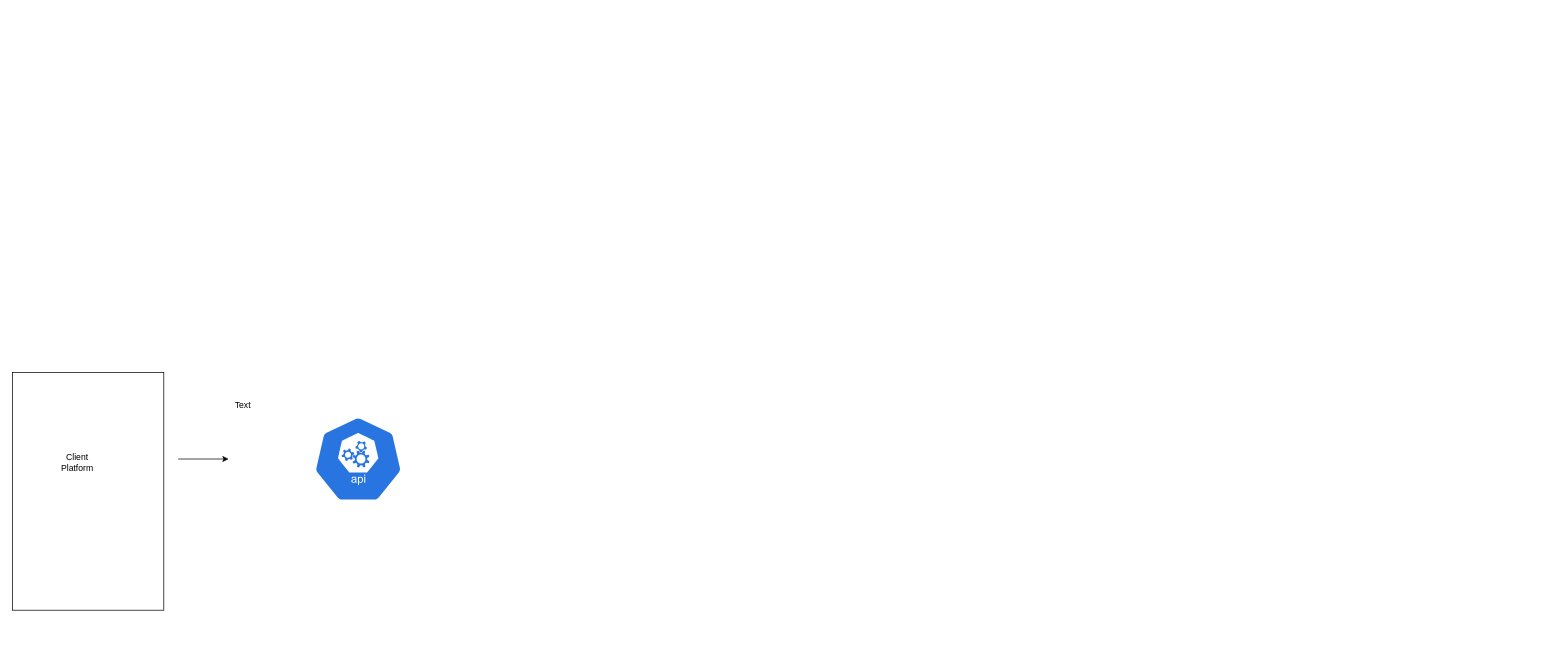
Above: api/criminal-records/Criminal Records API Diagram.drawio in MrHup/Romanian-Card-Verification-Optimization (draw.io), before the change. Source tidied: cells renumbered, new cells numbered last; positions are measured from the earlier drawing's top-left corner, leaving out a move shared by most shapes. Both pictures are drawn from the tidied source at 72%, with x=0, y=0 at pixel (12, 372).
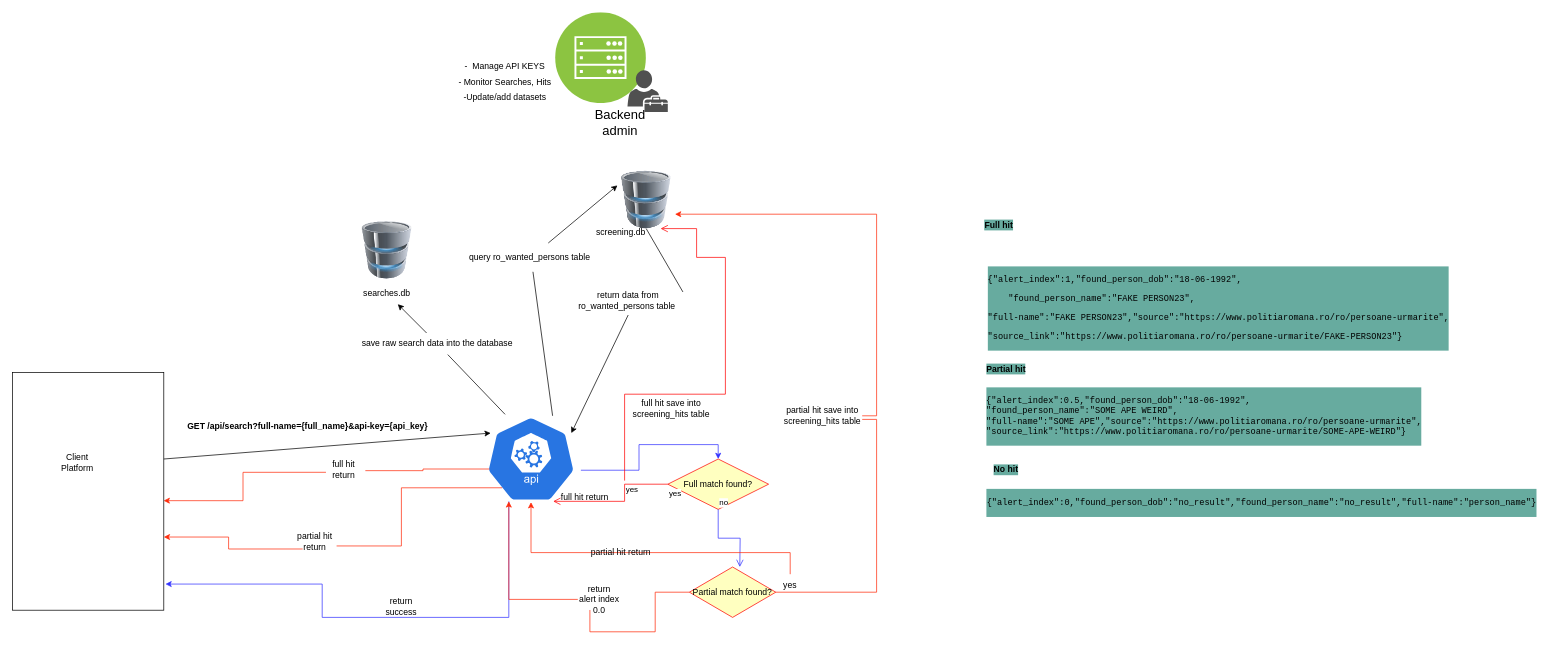
After the change.

Unchanged cells that the change refers to:
```xml
<mxCell id="3" style="rounded=0;whiteSpace=wrap;html=1;" parent="1" vertex="1">
  <mxGeometry width="210" height="330" as="geometry" />
</mxCell>
```

Change to the diagram source:
```diff
@@
+    <mxCell id="7" style="edgeStyle=orthogonalEdgeStyle;rounded=0;jettySize=auto;html=1;exitX=0.087;exitY=0.616;exitDx=0;exitDy=0;exitPerimeter=0;entryX=0.999;entryY=0.539;entryDx=0;entryDy=0;entryPerimeter=0;strokeColor=#FF2B0A;startArrow=none;" parent="1" edge="1" source="31" target="3">
+      <mxGeometry relative="1" as="geometry" />
+    </mxCell>
+    <mxCell id="8" style="edgeStyle=orthogonalEdgeStyle;rounded=0;jettySize=auto;html=1;exitX=0.995;exitY=0.63;exitDx=0;exitDy=0;exitPerimeter=0;entryX=0.5;entryY=0;entryDx=0;entryDy=0;strokeColor=#3333FF;" parent="1" edge="1" source="2" target="17">
+      <mxGeometry relative="1" as="geometry">
+        <Array as="points">
+          <mxPoint x="870" y="136" />
+          <mxPoint x="870" y="100" />
+          <mxPoint x="980" y="100" />
+        </Array>
+      </mxGeometry>
+    </mxCell>
+    <mxCell id="9" style="edgeStyle=orthogonalEdgeStyle;rounded=0;jettySize=auto;html=1;exitX=0.28;exitY=0.99;exitDx=0;exitDy=0;exitPerimeter=0;entryX=1.011;entryY=0.89;entryDx=0;entryDy=0;entryPerimeter=0;strokeColor=#3333FF;" parent="1" edge="1" source="2" target="3">
+      <mxGeometry relative="1" as="geometry">
+        <Array as="points">
+          <mxPoint x="689" y="340" />
+          <mxPoint x="430" y="340" />
+          <mxPoint x="430" y="294" />
+        </Array>
+      </mxGeometry>
+    </mxCell>
     <mxCell id="2" style="sketch=0;html=1;dashed=0;whitespace=wrap;fillColor=#2875E2;strokeColor=#ffffff;points=[[0.005,0.63,0],[0.1,0.2,0],[0.9,0.2,0],[0.5,0,0],[0.995,0.63,0],[0.72,0.99,0],[0.5,1,0],[0.28,0.99,0]];verticalLabelPosition=bottom;align=center;verticalAlign=top;shape=mxgraph.kubernetes.icon;prIcon=api;" parent="1" vertex="1">
-      <mxGeometry x="410" y="60" width="140" height="120" as="geometry" />
+      <mxGeometry x="650" y="60" width="140" height="120" as="geometry" />
     </mxCell>
@@
-    <mxCell id="5" style="endArrow=classic;html=1;rounded=0;" parent="1" edge="1">
+    <mxCell id="5" style="endArrow=classic;html=1;rounded=0;entryX=0.1;entryY=0.2;entryDx=0;entryDy=0;entryPerimeter=0;" parent="1" edge="1" target="2">
       <mxGeometry relative="1" as="geometry">
-        <mxPoint x="230" y="120" as="sourcePoint" />
-        <mxPoint x="300" y="120" as="targetPoint" />
+        <mxPoint x="210" y="120" as="sourcePoint" />
       </mxGeometry>
     </mxCell>
-    <mxCell id="6" value="Text" style="text;html=1;strokeColor=none;fillColor=none;align=center;verticalAlign=middle;whiteSpace=wrap;rounded=0;" parent="1" vertex="1">
-      <mxGeometry x="290" y="30" width="60" height="30" as="geometry" />
+    <mxCell id="6" value="GET /api/search?full-name={full_name}&amp;amp;api-key={api_key}" style="text;html=1;strokeColor=none;fillColor=none;align=center;verticalAlign=middle;whiteSpace=wrap;rounded=0;fontStyle=1;" parent="1" vertex="1">
+      <mxGeometry x="240" y="70" width="340" height="10" as="geometry" />
     </mxCell>
+    <mxCell id="10" style="image;html=1;image=img/lib/clip_art/computers/Database_128x128.png;" parent="1" vertex="1">
+      <mxGeometry x="480" y="-210" width="80" height="80" as="geometry" />
+    </mxCell>
+    <mxCell id="11" style="image;html=1;image=img/lib/clip_art/computers/Database_128x128.png;" parent="1" vertex="1">
+      <mxGeometry x="840" y="-280" width="80" height="80" as="geometry" />
+    </mxCell>
+    <mxCell id="12" value="screening.db" style="text;html=1;strokeColor=none;fillColor=none;align=center;verticalAlign=middle;whiteSpace=wrap;rounded=0;" parent="1" vertex="1">
+      <mxGeometry x="815" y="-210" width="60" height="30" as="geometry" />
+    </mxCell>
+    <mxCell id="13" value="searches.db" style="text;html=1;strokeColor=none;fillColor=none;align=center;verticalAlign=middle;whiteSpace=wrap;rounded=0;" parent="1" vertex="1">
+      <mxGeometry x="490" y="-125" width="60" height="30" as="geometry" />
+    </mxCell>
+    <mxCell id="14" style="endArrow=classic;html=1;rounded=0;startArrow=none;entryX=0.75;entryY=1;entryDx=0;entryDy=0;" parent="1" edge="1" source="37" target="13">
+      <mxGeometry relative="1" as="geometry" />
+    </mxCell>
+    <mxCell id="15" style="endArrow=classic;html=1;rounded=0;startArrow=none;entryX=0;entryY=0.25;entryDx=0;entryDy=0;" parent="1" edge="1" source="39" target="11">
+      <mxGeometry relative="1" as="geometry" />
+    </mxCell>
+    <mxCell id="16" style="endArrow=classic;html=1;rounded=0;entryX=0.9;entryY=0.2;entryDx=0;entryDy=0;entryPerimeter=0;exitX=0.5;exitY=1;exitDx=0;exitDy=0;startArrow=none;" parent="1" edge="1" source="41" target="2">
+      <mxGeometry relative="1" as="geometry" />
+    </mxCell>
+    <mxCell id="17" value="Full match found?" style="rhombus;whiteSpace=wrap;html=1;fillColor=#ffffc0;strokeColor=#ff0000;" parent="1" vertex="1">
+      <mxGeometry x="910" y="120" width="140" height="70" as="geometry" />
+    </mxCell>
+    <mxCell id="18" value="no" style="edgeStyle=orthogonalEdgeStyle;html=1;align=left;verticalAlign=bottom;endArrow=open;endSize=8;strokeColor=#3333FF;rounded=0;" parent="1" edge="1" source="17">
+      <mxGeometry x="-1" relative="1" as="geometry">
+        <mxPoint x="1010" y="270" as="targetPoint" />
+      </mxGeometry>
+    </mxCell>
+    <mxCell id="19" value="yes" style="edgeStyle=orthogonalEdgeStyle;html=1;align=left;verticalAlign=top;endArrow=open;endSize=8;strokeColor=#ff0000;rounded=0;entryX=0.72;entryY=0.99;entryDx=0;entryDy=0;entryPerimeter=0;" parent="1" edge="1" source="17" target="2">
+      <mxGeometry x="-1" relative="1" as="geometry" />
+    </mxCell>
+    <mxCell id="20" style="edgeStyle=orthogonalEdgeStyle;rounded=0;jettySize=auto;html=1;exitX=1;exitY=0.5;exitDx=0;exitDy=0;entryX=1;entryY=0.75;entryDx=0;entryDy=0;strokeColor=#FF2B0A;startArrow=none;" parent="1" edge="1" source="35" target="11">
+      <mxGeometry relative="1" as="geometry" />
+    </mxCell>
+    <mxCell id="21" style="edgeStyle=orthogonalEdgeStyle;rounded=0;jettySize=auto;html=1;exitX=0;exitY=0.5;exitDx=0;exitDy=0;entryX=0.28;entryY=0.99;entryDx=0;entryDy=0;entryPerimeter=0;strokeColor=#FF2B0A;startArrow=none;" parent="1" edge="1" source="43" target="2">
+      <mxGeometry relative="1" as="geometry" />
+    </mxCell>
+    <mxCell id="22" value="Partial match found?" style="rhombus;whiteSpace=wrap;html=1;fillColor=#ffffc0;strokeColor=#ff0000;" parent="1" vertex="1">
+      <mxGeometry x="940" y="270" width="120" height="70" as="geometry" />
+    </mxCell>
+    <mxCell id="23" value="full hit return" style="text;html=1;strokeColor=none;fillColor=none;align=center;verticalAlign=middle;whiteSpace=wrap;rounded=0;" parent="1" vertex="1">
+      <mxGeometry x="740" y="164" width="110" height="20" as="geometry" />
+    </mxCell>
+    <mxCell id="24" value="yes" style="edgeStyle=orthogonalEdgeStyle;html=1;align=left;verticalAlign=top;endArrow=open;endSize=8;strokeColor=#ff0000;rounded=0;entryX=0.75;entryY=1;entryDx=0;entryDy=0;" parent="1" edge="1" target="11">
+      <mxGeometry x="-1" relative="1" as="geometry">
+        <mxPoint x="850" y="150" as="sourcePoint" />
+        <Array as="points">
+          <mxPoint x="850" y="30" />
+          <mxPoint x="990" y="30" />
+          <mxPoint x="990" y="-160" />
+          <mxPoint x="950" y="-160" />
+          <mxPoint x="950" y="-200" />
+        </Array>
+      </mxGeometry>
+    </mxCell>
+    <mxCell id="25" value="full hit save into screening_hits table" style="text;html=1;strokeColor=none;fillColor=none;align=center;verticalAlign=middle;whiteSpace=wrap;rounded=0;" parent="1" vertex="1">
+      <mxGeometry x="860" y="40" width="110" height="20" as="geometry" />
+    </mxCell>
+    <mxCell id="26" style="edgeStyle=orthogonalEdgeStyle;rounded=0;jettySize=auto;html=1;entryX=0.5;entryY=1;entryDx=0;entryDy=0;entryPerimeter=0;strokeColor=#FF2B0A;" parent="1" edge="1" source="27" target="2">
+      <mxGeometry relative="1" as="geometry">
+        <Array as="points">
+          <mxPoint x="1080" y="250" />
+          <mxPoint x="720" y="250" />
+        </Array>
+      </mxGeometry>
+    </mxCell>
+    <mxCell id="27" value="yes" style="text;html=1;strokeColor=none;fillColor=none;align=center;verticalAlign=middle;whiteSpace=wrap;rounded=0;" parent="1" vertex="1">
+      <mxGeometry x="1050" y="280" width="60" height="30" as="geometry" />
+    </mxCell>
+    <mxCell id="28" value="partial hit return" style="text;html=1;strokeColor=none;fillColor=none;align=center;verticalAlign=middle;whiteSpace=wrap;rounded=0;" parent="1" vertex="1">
+      <mxGeometry x="790" y="240" width="110" height="20" as="geometry" />
+    </mxCell>
+    <mxCell id="29" value="&lt;pre style=&quot;text-align: start; overflow-wrap: break-word;&quot;&gt;{&quot;alert_index&quot;:1,&quot;found_person_dob&quot;:&quot;18-06-1992&quot;,&lt;/pre&gt;&lt;pre style=&quot;text-align: start; overflow-wrap: break-word;&quot;&gt;    &quot;found_person_name&quot;:&quot;FAKE PERSON23&quot;,&lt;/pre&gt;&lt;pre style=&quot;text-align: start; overflow-wrap: break-word;&quot;&gt;&quot;full-name&quot;:&quot;FAKE PERSON23&quot;,&quot;source&quot;:&quot;https://www.politiaromana.ro/ro/persoane-urmarite&quot;,&lt;/pre&gt;&lt;pre style=&quot;text-align: start; overflow-wrap: break-word;&quot;&gt;&quot;source_link&quot;:&quot;https://www.politiaromana.ro/ro/persoane-urmarite/FAKE-PERSON23&quot;}&lt;/pre&gt;" style="text;html=1;strokeColor=none;fillColor=none;align=center;verticalAlign=middle;whiteSpace=wrap;rounded=0;labelBackgroundColor=#67AB9F;" parent="1" vertex="1">
+      <mxGeometry x="1330" y="-90" width="690" as="geometry" />
+    </mxCell>
+    <mxCell id="30" style="edgeStyle=orthogonalEdgeStyle;rounded=0;jettySize=auto;html=1;exitX=0.214;exitY=0.833;exitDx=0;exitDy=0;exitPerimeter=0;entryX=1;entryY=0.692;entryDx=0;entryDy=0;entryPerimeter=0;strokeColor=#FF2B0A;startArrow=none;" parent="1" edge="1" source="33" target="3">
+      <mxGeometry relative="1" as="geometry" />
+    </mxCell>
+    <mxCell id="31" value="full hit return" style="text;html=1;strokeColor=none;fillColor=none;align=center;verticalAlign=middle;whiteSpace=wrap;rounded=0;" parent="1" vertex="1">
+      <mxGeometry x="430" y="120" width="60" height="30" as="geometry" />
+    </mxCell>
+    <mxCell id="32" style="edgeStyle=orthogonalEdgeStyle;rounded=0;jettySize=auto;html=1;exitX=0.087;exitY=0.616;exitDx=0;exitDy=0;exitPerimeter=0;entryX=0.999;entryY=0.539;entryDx=0;entryDy=0;entryPerimeter=0;strokeColor=#FF2B0A;endArrow=none;" parent="1" edge="1" source="2" target="31">
+      <mxGeometry relative="1" as="geometry" />
+    </mxCell>
+    <mxCell id="33" value="partial hit return" style="text;html=1;strokeColor=none;fillColor=none;align=center;verticalAlign=middle;whiteSpace=wrap;rounded=0;" parent="1" vertex="1">
+      <mxGeometry x="390" y="220" width="60" height="30" as="geometry" />
+    </mxCell>
+    <mxCell id="34" style="edgeStyle=orthogonalEdgeStyle;rounded=0;jettySize=auto;html=1;exitX=0.214;exitY=0.833;exitDx=0;exitDy=0;exitPerimeter=0;entryX=1;entryY=0.692;entryDx=0;entryDy=0;entryPerimeter=0;strokeColor=#FF2B0A;endArrow=none;" parent="1" edge="1" source="2" target="33">
+      <mxGeometry relative="1" as="geometry">
+        <Array as="points">
+          <mxPoint x="540" y="160" />
+          <mxPoint x="540" y="241" />
+        </Array>
+      </mxGeometry>
+    </mxCell>
+    <mxCell id="35" value="partial hit save into screening_hits table" style="text;html=1;strokeColor=none;fillColor=none;align=center;verticalAlign=middle;whiteSpace=wrap;rounded=0;" parent="1" vertex="1">
+      <mxGeometry x="1070" y="50" width="110" height="20" as="geometry" />
+    </mxCell>
+    <mxCell id="36" style="edgeStyle=orthogonalEdgeStyle;rounded=0;jettySize=auto;html=1;exitX=1;exitY=0.5;exitDx=0;exitDy=0;entryX=1;entryY=0.75;entryDx=0;entryDy=0;strokeColor=#FF2B0A;endArrow=none;" parent="1" edge="1" source="22" target="35">
+      <mxGeometry relative="1" as="geometry" />
+    </mxCell>
+    <mxCell id="37" value="save raw search data into the database" style="text;html=1;strokeColor=none;fillColor=none;align=center;verticalAlign=middle;whiteSpace=wrap;rounded=0;" parent="1" vertex="1">
+      <mxGeometry x="470" y="-55" width="240" height="30" as="geometry" />
+    </mxCell>
+    <mxCell id="38" style="endArrow=none;html=1;rounded=0;" parent="1" edge="1" target="37">
+      <mxGeometry relative="1" as="geometry">
+        <mxPoint x="684" y="58" as="sourcePoint" />
+      </mxGeometry>
+    </mxCell>
+    <mxCell id="39" value="query ro_wanted_persons table&amp;nbsp;" style="text;html=1;strokeColor=none;fillColor=none;align=center;verticalAlign=middle;whiteSpace=wrap;rounded=0;" parent="1" vertex="1">
+      <mxGeometry x="625" y="-180" width="190" height="40" as="geometry" />
+    </mxCell>
+    <mxCell id="40" style="endArrow=none;html=1;rounded=0;" parent="1" edge="1" target="39">
+      <mxGeometry relative="1" as="geometry">
+        <mxPoint x="750" y="60" as="sourcePoint" />
+      </mxGeometry>
+    </mxCell>
+    <mxCell id="41" value="return data from ro_wanted_persons table&amp;nbsp;" style="text;html=1;strokeColor=none;fillColor=none;align=center;verticalAlign=middle;whiteSpace=wrap;rounded=0;" parent="1" vertex="1">
+      <mxGeometry x="760" y="-120" width="190" height="40" as="geometry" />
+    </mxCell>
+    <mxCell id="42" style="endArrow=none;html=1;rounded=0;entryX=0.9;entryY=0.2;entryDx=0;entryDy=0;entryPerimeter=0;exitX=0.5;exitY=1;exitDx=0;exitDy=0;" parent="1" edge="1" source="11" target="41">
+      <mxGeometry relative="1" as="geometry" />
+    </mxCell>
+    <mxCell id="43" value="return alert index 0.0" style="text;html=1;strokeColor=none;fillColor=none;align=center;verticalAlign=middle;whiteSpace=wrap;rounded=0;" parent="1" vertex="1">
+      <mxGeometry x="785" y="300" width="60" height="30" as="geometry" />
+    </mxCell>
+    <mxCell id="44" style="edgeStyle=orthogonalEdgeStyle;rounded=0;jettySize=auto;html=1;exitX=0;exitY=0.5;exitDx=0;exitDy=0;entryX=0.28;entryY=0.99;entryDx=0;entryDy=0;entryPerimeter=0;strokeColor=#FF2B0A;endArrow=none;" parent="1" edge="1" source="22" target="43">
+      <mxGeometry relative="1" as="geometry" />
+    </mxCell>
+    <mxCell id="45" value="return success" style="text;html=1;strokeColor=none;fillColor=none;align=center;verticalAlign=middle;whiteSpace=wrap;rounded=0;" parent="1" vertex="1">
+      <mxGeometry x="510" y="310" width="60" height="30" as="geometry" />
+    </mxCell>
+    <mxCell id="46" value="&lt;pre style=&quot;text-align: start; overflow-wrap: break-word;&quot;&gt;&lt;pre style=&quot;overflow-wrap: break-word;&quot;&gt;{&quot;alert_index&quot;:0.5,&quot;found_person_dob&quot;:&quot;18-06-1992&quot;,&lt;br&gt;&quot;found_person_name&quot;:&quot;SOME APE WEIRD&quot;,&lt;br&gt;&quot;full-name&quot;:&quot;SOME APE&quot;,&quot;source&quot;:&quot;https://www.politiaromana.ro/ro/persoane-urmarite&quot;,&lt;br/&gt;&quot;source_link&quot;:&quot;https://www.politiaromana.ro/ro/persoane-urmarite/SOME-APE-WEIRD&quot;}&lt;/pre&gt;&lt;/pre&gt;" style="text;html=1;strokeColor=none;fillColor=none;align=center;verticalAlign=middle;whiteSpace=wrap;rounded=0;labelBackgroundColor=#67AB9F;" parent="1" vertex="1">
+      <mxGeometry x="1310" y="60" width="690" as="geometry" />
+    </mxCell>
+    <mxCell id="47" value="&lt;pre style=&quot;text-align: start; overflow-wrap: break-word;&quot;&gt;&lt;pre style=&quot;overflow-wrap: break-word;&quot;&gt;{&quot;alert_index&quot;:0,&quot;found_person_dob&quot;:&quot;no_result&quot;,&quot;found_person_name&quot;:&quot;no_result&quot;,&quot;full-name&quot;:&quot;person_name&quot;}&lt;/pre&gt;&lt;/pre&gt;" style="text;html=1;strokeColor=none;fillColor=none;align=center;verticalAlign=middle;whiteSpace=wrap;rounded=0;labelBackgroundColor=#67AB9F;" parent="1" vertex="1">
+      <mxGeometry x="1390" y="180" width="690" as="geometry" />
+    </mxCell>
+    <mxCell id="48" value="Full hit" style="text;html=1;strokeColor=none;fillColor=none;align=center;verticalAlign=middle;whiteSpace=wrap;rounded=0;labelBackgroundColor=#67AB9F;fontStyle=1;" parent="1" vertex="1">
+      <mxGeometry x="1340" y="-220" width="60" height="30" as="geometry" />
+    </mxCell>
+    <mxCell id="49" value="Partial hit" style="text;html=1;strokeColor=none;fillColor=none;align=center;verticalAlign=middle;whiteSpace=wrap;rounded=0;labelBackgroundColor=#67AB9F;fontStyle=1;" parent="1" vertex="1">
+      <mxGeometry x="1350" y="-20" width="60" height="30" as="geometry" />
+    </mxCell>
+    <mxCell id="50" value="No hit" style="text;html=1;strokeColor=none;fillColor=none;align=center;verticalAlign=middle;whiteSpace=wrap;rounded=0;labelBackgroundColor=#67AB9F;fontStyle=1;" parent="1" vertex="1">
+      <mxGeometry x="1350" y="120" width="60" height="30" as="geometry" />
+    </mxCell>
+    <mxCell id="51" style="perimeter=ellipsePerimeter;html=1;align=center;shadow=0;dashed=0;fontColor=#4277BB;labelBackgroundColor=#ffffff;fontSize=12;spacingTop=3;image;image=img/lib/ibm/infrastructure/mobile_backend.svg;" parent="1" vertex="1">
+      <mxGeometry x="754" y="-500" width="126" height="126" as="geometry" />
+    </mxCell>
+    <mxCell id="52" style="sketch=0;shadow=0;dashed=0;html=1;strokeColor=none;fillColor=#505050;labelPosition=center;verticalLabelPosition=bottom;verticalAlign=top;align=center;shape=mxgraph.office.users.tenant_admin;labelBackgroundColor=#67AB9F;" parent="1" vertex="1">
+      <mxGeometry x="854" y="-420" width="56" height="58" as="geometry" />
+    </mxCell>
+    <mxCell id="53" value="&lt;font style=&quot;font-size: 18px;&quot;&gt;Backend admin&lt;/font&gt;" style="text;html=1;strokeColor=none;fillColor=none;align=center;verticalAlign=middle;whiteSpace=wrap;rounded=0;labelBackgroundColor=none;" parent="1" vertex="1">
+      <mxGeometry x="814" y="-362" width="60" height="30" as="geometry" />
+    </mxCell>
+    <mxCell id="54" value="&lt;font style=&quot;font-size: 12px;&quot;&gt;-&amp;nbsp; Manage API KEYS&lt;br&gt;- Monitor Searches, Hits&lt;br&gt;-Update/add datasets&lt;/font&gt;" style="text;html=1;strokeColor=none;fillColor=none;align=center;verticalAlign=middle;whiteSpace=wrap;rounded=0;labelBackgroundColor=none;fontSize=18;" parent="1" vertex="1">
+      <mxGeometry x="594" y="-420" width="180" height="30" as="geometry" />
+    </mxCell>
```
